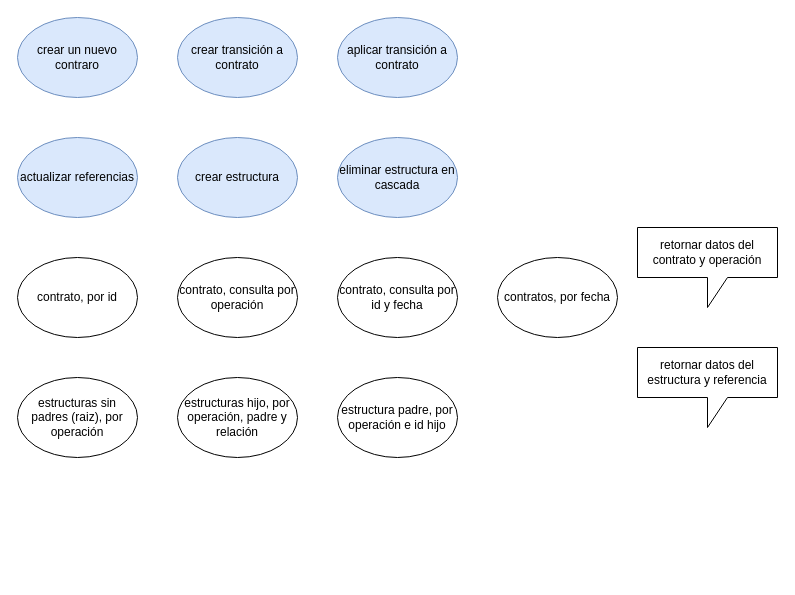
Before: page "casos de uso" (6 of 9) of event.drawio in saman-core/docs, a draw.io diagram. Source tidied: cells renumbered, new cells numbered last; positions are measured from the earlier drawing's top-left corner, leaving out a move shared by most shapes. Both pictures are drawn from the tidied source at 100%, with x=0, y=0 at pixel (17, 17).
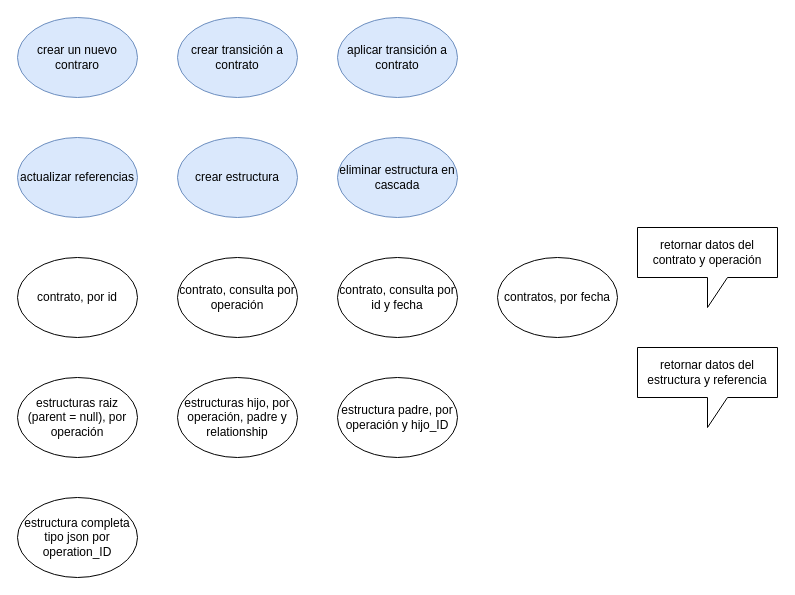
The same diagram, later.

What changed in the source:
```diff
@@
 <mxGraphModel>
   <root>
     <mxCell id="0" />
     <mxCell id="1" parent="0" />
     <mxCell id="2" value="crear un nuevo contraro" style="ellipse;whiteSpace=wrap;html=1;fillColor=#dae8fc;strokeColor=#6c8ebf;" parent="1" vertex="1">
       <mxGeometry width="120" height="80" as="geometry" />
     </mxCell>
     <mxCell id="3" value="actualizar referencias" style="ellipse;whiteSpace=wrap;html=1;fillColor=#dae8fc;strokeColor=#6c8ebf;" parent="1" vertex="1">
       <mxGeometry y="120" width="120" height="80" as="geometry" />
     </mxCell>
     <mxCell id="4" value="crear transición a contrato" style="ellipse;whiteSpace=wrap;html=1;fillColor=#dae8fc;strokeColor=#6c8ebf;" parent="1" vertex="1">
       <mxGeometry x="160" width="120" height="80" as="geometry" />
     </mxCell>
     <mxCell id="5" value="crear estructura" style="ellipse;whiteSpace=wrap;html=1;fillColor=#dae8fc;strokeColor=#6c8ebf;" parent="1" vertex="1">
       <mxGeometry x="160" y="120" width="120" height="80" as="geometry" />
     </mxCell>
     <mxCell id="6" value="eliminar estructura en cascada" style="ellipse;whiteSpace=wrap;html=1;fillColor=#dae8fc;strokeColor=#6c8ebf;" parent="1" vertex="1">
       <mxGeometry x="320" y="120" width="120" height="80" as="geometry" />
     </mxCell>
     <mxCell id="7" value="aplicar transición a contrato" style="ellipse;whiteSpace=wrap;html=1;fillColor=#dae8fc;strokeColor=#6c8ebf;" parent="1" vertex="1">
       <mxGeometry x="320" width="120" height="80" as="geometry" />
     </mxCell>
     <mxCell id="8" value="contrato, por id" style="ellipse;whiteSpace=wrap;html=1;" parent="1" vertex="1">
       <mxGeometry y="240" width="120" height="80" as="geometry" />
     </mxCell>
     <mxCell id="9" value="contrato, consulta por operación" style="ellipse;whiteSpace=wrap;html=1;" parent="1" vertex="1">
       <mxGeometry x="160" y="240" width="120" height="80" as="geometry" />
     </mxCell>
     <mxCell id="10" value="contrato, consulta por id y fecha" style="ellipse;whiteSpace=wrap;html=1;" parent="1" vertex="1">
       <mxGeometry x="320" y="240" width="120" height="80" as="geometry" />
     </mxCell>
     <mxCell id="11" value="retornar datos del contrato y operación" style="shape=callout;whiteSpace=wrap;html=1;perimeter=calloutPerimeter;" parent="1" vertex="1">
       <mxGeometry x="620" y="210" width="140" height="80" as="geometry" />
     </mxCell>
-    <mxCell id="12" value="estructuras sin padres (raiz), por operación" style="ellipse;whiteSpace=wrap;html=1;" parent="1" vertex="1">
+    <mxCell id="12" value="estructuras raiz (parent = null), por operación" style="ellipse;whiteSpace=wrap;html=1;" parent="1" vertex="1">
       <mxGeometry y="360" width="120" height="80" as="geometry" />
     </mxCell>
-    <mxCell id="13" value="estructuras hijo, por operación, padre y relación" style="ellipse;whiteSpace=wrap;html=1;" parent="1" vertex="1">
+    <mxCell id="13" value="estructuras hijo, por operación, padre y relationship" style="ellipse;whiteSpace=wrap;html=1;" parent="1" vertex="1">
       <mxGeometry x="160" y="360" width="120" height="80" as="geometry" />
     </mxCell>
-    <mxCell id="14" value="estructura padre, por operación e id hijo" style="ellipse;whiteSpace=wrap;html=1;" parent="1" vertex="1">
+    <mxCell id="14" value="estructura padre, por operación y hijo_ID" style="ellipse;whiteSpace=wrap;html=1;" parent="1" vertex="1">
       <mxGeometry x="320" y="360" width="120" height="80" as="geometry" />
     </mxCell>
     <mxCell id="15" value="contratos, por fecha" style="ellipse;whiteSpace=wrap;html=1;" parent="1" vertex="1">
       <mxGeometry x="480" y="240" width="120" height="80" as="geometry" />
     </mxCell>
     <mxCell id="16" value="retornar datos del estructura y referencia" style="shape=callout;whiteSpace=wrap;html=1;perimeter=calloutPerimeter;" parent="1" vertex="1">
       <mxGeometry x="620" y="330" width="140" height="80" as="geometry" />
     </mxCell>
+    <mxCell id="17" value="estructura completa tipo json por operation_ID" style="ellipse;whiteSpace=wrap;html=1;" parent="1" vertex="1">
+      <mxGeometry y="480" width="120" height="80" as="geometry" />
+    </mxCell>
   </root>
 </mxGraphModel>
```
